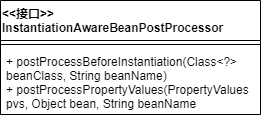
The draw.io diagram wzz-spring/spring-step-14(通过注解注入信息).drawio.png in wsxzei/markdown-photos, before a commit. Source tidied: cells renumbered, new cells last; positions are measured from the earlier drawing's top-left corner, leaving out a move shared by most shapes.
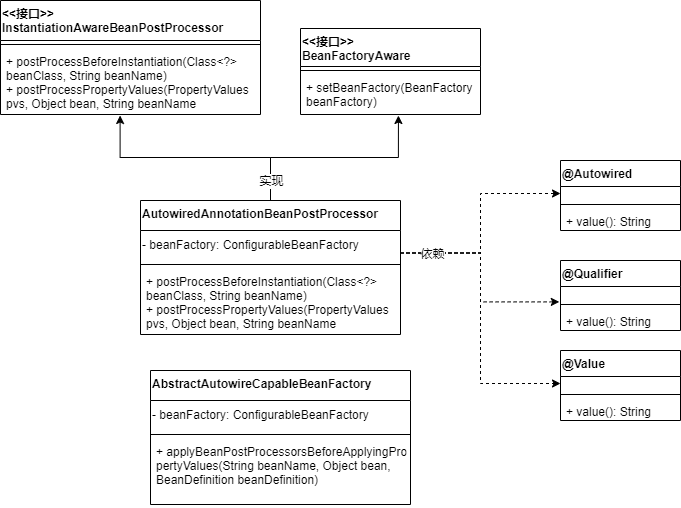
The same file after the commit.

Commit message:
更新spring-step-14(通过注解注入信息).drawio.png

The edit, as a diff of the source:
```diff
@@ -11,5 +11,97 @@
     <mxCell id="4" value="+ postProcessBeforeInstantiation(Class&lt;?&gt;&#10;beanClass, String beanName)&#10;+ postProcessPropertyValues(PropertyValues &#10;pvs, Object bean, String beanName" style="text;strokeColor=none;fillColor=none;align=left;verticalAlign=top;spacingLeft=4;spacingRight=4;overflow=hidden;points=[[0,0.5],[1,0.5]];portConstraint=eastwest;" parent="2" vertex="1">
       <mxGeometry y="48" width="260" height="66" as="geometry" />
     </mxCell>
+    <mxCell id="5" style="edgeStyle=orthogonalEdgeStyle;rounded=0;jettySize=auto;html=1;exitX=0.5;exitY=0;exitDx=0;exitDy=0;entryX=0.46;entryY=1.015;entryDx=0;entryDy=0;entryPerimeter=0;" parent="1" edge="1" source="8" target="4">
+      <mxGeometry relative="1" as="geometry" />
+    </mxCell>
+    <mxCell id="6" style="edgeStyle=orthogonalEdgeStyle;rounded=0;jettySize=auto;html=1;exitX=0.5;exitY=0;exitDx=0;exitDy=0;entryX=0.544;entryY=1.025;entryDx=0;entryDy=0;entryPerimeter=0;" parent="1" edge="1" source="8" target="30">
+      <mxGeometry relative="1" as="geometry" />
+    </mxCell>
+    <mxCell id="7" value="实现" style="edgeLabel;html=1;align=center;verticalAlign=middle;" parent="6" vertex="1">
+      <mxGeometry x="-0.89" y="-2" relative="1" as="geometry">
+        <mxPoint x="-2" y="-8" as="offset" />
+      </mxGeometry>
+    </mxCell>
+    <mxCell id="8" value="AutowiredAnnotationBeanPostProcessor" style="swimlane;fontStyle=1;align=left;verticalAlign=top;horizontal=1;startSize=30;" parent="1" vertex="1">
+      <mxGeometry x="140" y="200" width="260" height="134" as="geometry" />
+    </mxCell>
+    <mxCell id="9" value="- beanFactory:&amp;nbsp;ConfigurableBeanFactory" style="text;html=1;strokeColor=none;fillColor=none;align=left;verticalAlign=middle;whiteSpace=wrap;rounded=0;" parent="8" vertex="1">
+      <mxGeometry y="30" width="260" height="30" as="geometry" />
+    </mxCell>
+    <mxCell id="10" style="line;strokeWidth=1;fillColor=none;align=left;verticalAlign=middle;spacingTop=-1;spacingLeft=3;spacingRight=3;labelPosition=right;" parent="8" vertex="1">
+      <mxGeometry y="60" width="260" height="8" as="geometry" />
+    </mxCell>
+    <mxCell id="11" value="+ postProcessBeforeInstantiation(Class&lt;?&gt;&#10;beanClass, String beanName)&#10;+ postProcessPropertyValues(PropertyValues &#10;pvs, Object bean, String beanName" style="text;strokeColor=none;fillColor=none;align=left;verticalAlign=top;spacingLeft=4;spacingRight=4;overflow=hidden;" parent="8" vertex="1">
+      <mxGeometry y="68" width="260" height="66" as="geometry" />
+    </mxCell>
+    <mxCell id="12" value="@Qualifier" style="swimlane;fontStyle=1;align=left;verticalAlign=top;horizontal=1;startSize=26;" parent="1" vertex="1">
+      <mxGeometry x="560" y="260" width="120" height="70" as="geometry" />
+    </mxCell>
+    <mxCell id="13" value=" " style="text;strokeColor=none;fillColor=none;align=left;verticalAlign=top;spacingLeft=4;spacingRight=4;overflow=hidden;points=[[0,0.5],[1,0.5]];portConstraint=eastwest;" parent="12" vertex="1">
+      <mxGeometry y="26" width="120" height="14" as="geometry" />
+    </mxCell>
+    <mxCell id="14" style="line;strokeWidth=1;fillColor=none;align=left;verticalAlign=middle;spacingTop=-1;spacingLeft=3;spacingRight=3;labelPosition=right;" parent="12" vertex="1">
+      <mxGeometry y="40" width="120" height="8" as="geometry" />
+    </mxCell>
+    <mxCell id="15" value="+ value(): String" style="text;strokeColor=none;fillColor=none;align=left;verticalAlign=top;spacingLeft=4;spacingRight=4;overflow=hidden;" parent="12" vertex="1">
+      <mxGeometry y="48" width="120" height="22" as="geometry" />
+    </mxCell>
+    <mxCell id="16" value="@Value" style="swimlane;fontStyle=1;align=left;verticalAlign=top;horizontal=1;startSize=26;" parent="1" vertex="1">
+      <mxGeometry x="560" y="350" width="120" height="70" as="geometry" />
+    </mxCell>
+    <mxCell id="17" value=" " style="text;strokeColor=none;fillColor=none;align=left;verticalAlign=top;spacingLeft=4;spacingRight=4;overflow=hidden;points=[[0,0.5],[1,0.5]];portConstraint=eastwest;" parent="16" vertex="1">
+      <mxGeometry y="26" width="120" height="14" as="geometry" />
+    </mxCell>
+    <mxCell id="18" style="line;strokeWidth=1;fillColor=none;align=left;verticalAlign=middle;spacingTop=-1;spacingLeft=3;spacingRight=3;labelPosition=right;" parent="16" vertex="1">
+      <mxGeometry y="40" width="120" height="8" as="geometry" />
+    </mxCell>
+    <mxCell id="19" value="+ value(): String" style="text;strokeColor=none;fillColor=none;align=left;verticalAlign=top;spacingLeft=4;spacingRight=4;overflow=hidden;" parent="16" vertex="1">
+      <mxGeometry y="48" width="120" height="22" as="geometry" />
+    </mxCell>
+    <mxCell id="20" value="@Autowired" style="swimlane;fontStyle=1;align=left;verticalAlign=top;horizontal=1;startSize=26;" parent="1" vertex="1">
+      <mxGeometry x="560" y="160" width="120" height="70" as="geometry" />
+    </mxCell>
+    <mxCell id="21" value=" " style="text;strokeColor=none;fillColor=none;align=left;verticalAlign=top;spacingLeft=4;spacingRight=4;overflow=hidden;points=[[0,0.5],[1,0.5]];portConstraint=eastwest;" parent="20" vertex="1">
+      <mxGeometry y="26" width="120" height="14" as="geometry" />
+    </mxCell>
+    <mxCell id="22" style="line;strokeWidth=1;fillColor=none;align=left;verticalAlign=middle;spacingTop=-1;spacingLeft=3;spacingRight=3;labelPosition=right;" parent="20" vertex="1">
+      <mxGeometry y="40" width="120" height="8" as="geometry" />
+    </mxCell>
+    <mxCell id="23" value="+ value(): String" style="text;strokeColor=none;fillColor=none;align=left;verticalAlign=top;spacingLeft=4;spacingRight=4;overflow=hidden;" parent="20" vertex="1">
+      <mxGeometry y="48" width="120" height="22" as="geometry" />
+    </mxCell>
+    <mxCell id="24" style="edgeStyle=orthogonalEdgeStyle;rounded=0;jettySize=auto;html=1;exitX=1;exitY=0.75;exitDx=0;exitDy=0;entryX=0;entryY=0.5;entryDx=0;entryDy=0;dashed=1;" parent="1" edge="1" source="9" target="21">
+      <mxGeometry relative="1" as="geometry" />
+    </mxCell>
+    <mxCell id="25" style="edgeStyle=orthogonalEdgeStyle;rounded=0;jettySize=auto;html=1;exitX=1;exitY=0.75;exitDx=0;exitDy=0;entryX=-0.01;entryY=1.1;entryDx=0;entryDy=0;entryPerimeter=0;dashed=1;" parent="1" edge="1" source="9" target="13">
+      <mxGeometry relative="1" as="geometry" />
+    </mxCell>
+    <mxCell id="26" style="edgeStyle=orthogonalEdgeStyle;rounded=0;jettySize=auto;html=1;exitX=1;exitY=0.75;exitDx=0;exitDy=0;entryX=0;entryY=0.5;entryDx=0;entryDy=0;dashed=1;" parent="1" edge="1" source="9" target="17">
+      <mxGeometry relative="1" as="geometry" />
+    </mxCell>
+    <mxCell id="27" value="依赖" style="edgeLabel;html=1;align=center;verticalAlign=middle;" parent="26" vertex="1">
+      <mxGeometry x="-0.79" y="-1" relative="1" as="geometry" />
+    </mxCell>
+    <mxCell id="28" value="&lt;&lt;接口&gt;&gt;&#10;BeanFactoryAware" style="swimlane;fontStyle=1;align=left;verticalAlign=top;horizontal=1;startSize=38;" parent="1" vertex="1">
+      <mxGeometry x="300" y="28" width="180" height="86" as="geometry" />
+    </mxCell>
+    <mxCell id="29" style="line;strokeWidth=1;fillColor=none;align=left;verticalAlign=middle;spacingTop=-1;spacingLeft=3;spacingRight=3;labelPosition=right;" parent="28" vertex="1">
+      <mxGeometry y="38" width="180" height="8" as="geometry" />
+    </mxCell>
+    <mxCell id="30" value="+ setBeanFactory(BeanFactory &#10;beanFactory)" style="text;strokeColor=none;fillColor=none;align=left;verticalAlign=top;spacingLeft=4;spacingRight=4;overflow=hidden;points=[[0,0.5],[1,0.5]];portConstraint=eastwest;" parent="28" vertex="1">
+      <mxGeometry y="46" width="180" height="40" as="geometry" />
+    </mxCell>
+    <mxCell id="31" value="AbstractAutowireCapableBeanFactory" style="swimlane;fontStyle=1;align=left;verticalAlign=top;horizontal=1;startSize=30;" parent="1" vertex="1">
+      <mxGeometry x="150" y="370" width="260" height="134" as="geometry" />
+    </mxCell>
+    <mxCell id="32" value="- beanFactory:&amp;nbsp;ConfigurableBeanFactory" style="text;html=1;strokeColor=none;fillColor=none;align=left;verticalAlign=middle;whiteSpace=wrap;rounded=0;" parent="31" vertex="1">
+      <mxGeometry y="30" width="260" height="30" as="geometry" />
+    </mxCell>
+    <mxCell id="33" style="line;strokeWidth=1;fillColor=none;align=left;verticalAlign=middle;spacingTop=-1;spacingLeft=3;spacingRight=3;labelPosition=right;" parent="31" vertex="1">
+      <mxGeometry y="60" width="260" height="8" as="geometry" />
+    </mxCell>
+    <mxCell id="34" value="+ applyBeanPostProcessorsBeforeApplyingPro&#10;pertyValues(String beanName, Object bean, &#10;BeanDefinition beanDefinition)" style="text;strokeColor=none;fillColor=none;align=left;verticalAlign=top;spacingLeft=4;spacingRight=4;overflow=hidden;" parent="31" vertex="1">
+      <mxGeometry y="68" width="260" height="66" as="geometry" />
+    </mxCell>
   </root>
 </mxGraphModel>
```
